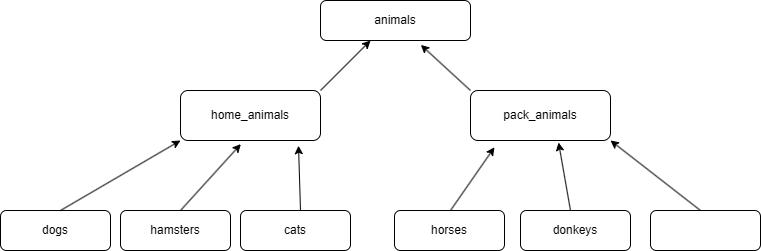
Before: пункт 6.drawio.png, a diagram exported from draw.io (Matvey7665/ControlWork2). Source tidied: cells renumbered, new cells last; positions are measured from the earlier drawing's top-left corner, leaving out a move shared by most shapes.
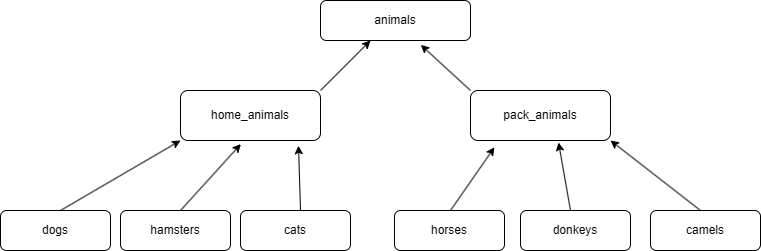
After the commit.

Diff of the diagram source:
```diff
@@ -37,7 +37,7 @@
     <mxCell id="11" value="donkeys" style="rounded=1;whiteSpace=wrap;html=1;" parent="1" vertex="1">
       <mxGeometry x="520" y="210" width="110" height="40" as="geometry" />
     </mxCell>
-    <mxCell id="12" style="rounded=1;whiteSpace=wrap;html=1;" parent="1" vertex="1">
+    <mxCell id="12" value="camels" style="rounded=1;whiteSpace=wrap;html=1;" parent="1" vertex="1">
       <mxGeometry x="650" y="210" width="110" height="40" as="geometry" />
     </mxCell>
     <mxCell id="13" style="endArrow=classic;html=1;rounded=0;entryX=1;entryY=1;entryDx=0;entryDy=0;" parent="1" edge="1" target="4">
```
